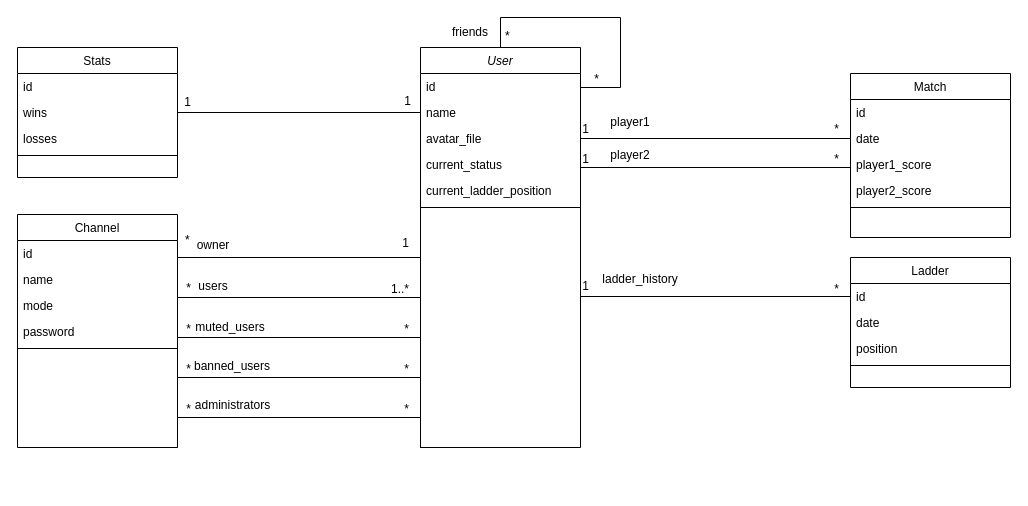
transcendence-42/ft_transcendence keeps this draw.io diagram as datamodel.drawio. Above is the earlier version. Source tidied: cells renumbered, new cells numbered last; positions are measured from the earlier drawing's top-left corner, leaving out a move shared by most shapes. Both pictures are drawn from the tidied source at 100%, with x=0, y=0 at pixel (17, 17).
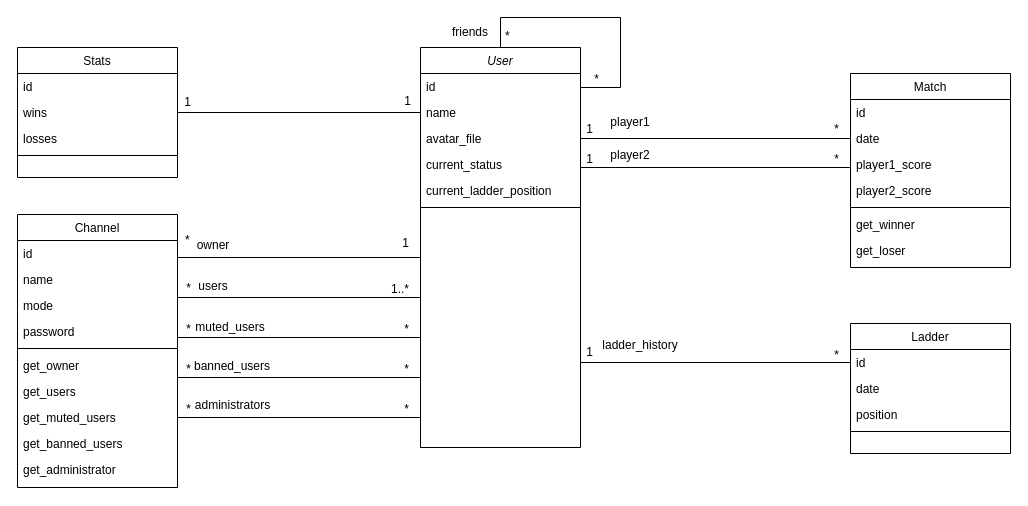
The same page after the edit.

Unchanged cells that the change refers to:
```xml
<mxCell id="2" value="User" style="swimlane;fontStyle=2;align=center;verticalAlign=top;horizontal=1;startSize=26;rounded=0;shadow=0;strokeWidth=1;" parent="1" vertex="1">
  <mxGeometry x="403" y="30" width="160" height="400" as="geometry" />
</mxCell>
<mxCell id="19" value="id" style="text;align=left;verticalAlign=top;spacingLeft=4;spacingRight=4;overflow=hidden;points=[[0,0.5],[1,0.5]];portConstraint=eastwest;" parent="18" vertex="1">
  <mxGeometry y="26" width="160" height="26" as="geometry" />
</mxCell>
```

The edit, as a diff of the source:
```diff
@@
     <mxCell id="18" value="Ladder" style="swimlane;fontStyle=0;align=center;verticalAlign=top;horizontal=1;startSize=26;rounded=0;shadow=0;strokeWidth=1;" parent="1" vertex="1">
-      <mxGeometry x="833" y="240" width="160" height="130" as="geometry" />
+      <mxGeometry x="833" y="306" width="160" height="130" as="geometry" />
     </mxCell>
@@
     <mxCell id="23" value="Match" style="swimlane;fontStyle=0;align=center;verticalAlign=top;horizontal=1;startSize=26;rounded=0;shadow=0;strokeWidth=1;" parent="1" vertex="1">
-      <mxGeometry x="833" y="56" width="160" height="164" as="geometry" />
+      <mxGeometry x="833" y="56" width="160" height="194" as="geometry" />
     </mxCell>
@@
+    <mxCell id="70" value="get_winner" style="text;align=left;verticalAlign=top;spacingLeft=4;spacingRight=4;overflow=hidden;rounded=0;shadow=0;html=0;" parent="23" vertex="1">
+      <mxGeometry y="138" width="160" height="26" as="geometry" />
+    </mxCell>
+    <mxCell id="71" value="get_loser" style="text;align=left;verticalAlign=top;spacingLeft=4;spacingRight=4;overflow=hidden;rounded=0;shadow=0;html=0;" parent="23" vertex="1">
+      <mxGeometry y="164" width="160" height="26" as="geometry" />
+    </mxCell>
@@
     <mxCell id="35" value="1" style="align=right;verticalAlign=bottom;labelBackgroundColor=none;fontSize=12;" parent="1" vertex="1">
-      <mxGeometry x="573" y="120" as="geometry" />
+      <mxGeometry x="577" y="120" as="geometry" />
     </mxCell>
     <mxCell id="36" value="1" style="align=right;verticalAlign=bottom;labelBackgroundColor=none;fontSize=12;" parent="1" vertex="1">
-      <mxGeometry x="573" y="150" as="geometry" />
+      <mxGeometry x="577" y="150" as="geometry" />
     </mxCell>
-    <mxCell id="37" style="endArrow=none;html=1;rounded=0;exitX=1;exitY=0.75;exitDx=0;exitDy=0;entryX=0;entryY=0.5;entryDx=0;entryDy=0;edgeStyle=orthogonalEdgeStyle;" parent="1" edge="1" source="2" target="19">
+    <mxCell id="37" style="endArrow=none;html=1;rounded=0;exitX=1;exitY=0.75;exitDx=0;exitDy=0;entryX=0;entryY=0.5;entryDx=0;entryDy=0;edgeStyle=orthogonalEdgeStyle;" parent="1" edge="1" target="19">
       <mxGeometry relative="1" as="geometry">
+        <mxPoint x="563" y="396" as="sourcePoint" />
         <Array as="points">
-          <mxPoint x="563" y="279" />
+          <mxPoint x="563" y="345" />
         </Array>
       </mxGeometry>
     </mxCell>
     <mxCell id="38" value="*" style="align=right;verticalAlign=bottom;labelBackgroundColor=none;fontSize=12;" parent="1" vertex="1">
-      <mxGeometry x="823" y="280" as="geometry" />
+      <mxGeometry x="823" y="346" as="geometry" />
     </mxCell>
     <mxCell id="39" value="1" style="align=right;verticalAlign=bottom;labelBackgroundColor=none;fontSize=12;" parent="1" vertex="1">
-      <mxGeometry x="573" y="277" as="geometry" />
+      <mxGeometry x="577" y="343" as="geometry" />
     </mxCell>
     <mxCell id="40" value="ladder_history" style="text;html=1;strokeColor=none;fillColor=none;align=center;verticalAlign=middle;whiteSpace=wrap;rounded=0;" parent="1" vertex="1">
-      <mxGeometry x="593" y="247" width="60" height="30" as="geometry" />
+      <mxGeometry x="593" y="313" width="60" height="30" as="geometry" />
     </mxCell>
@@
     <mxCell id="44" value="Channel" style="swimlane;fontStyle=0;align=center;verticalAlign=top;horizontal=1;startSize=26;rounded=0;shadow=0;strokeWidth=1;" parent="1" vertex="1">
-      <mxGeometry y="197" width="160" height="233" as="geometry" />
+      <mxGeometry y="197" width="160" height="273" as="geometry" />
     </mxCell>
@@
+    <mxCell id="72" value="get_owner" style="text;align=left;verticalAlign=top;spacingLeft=4;spacingRight=4;overflow=hidden;rounded=0;shadow=0;html=0;" parent="44" vertex="1">
+      <mxGeometry y="138" width="160" height="26" as="geometry" />
+    </mxCell>
+    <mxCell id="73" value="get_users" style="text;align=left;verticalAlign=top;spacingLeft=4;spacingRight=4;overflow=hidden;rounded=0;shadow=0;html=0;" parent="44" vertex="1">
+      <mxGeometry y="164" width="160" height="26" as="geometry" />
+    </mxCell>
+    <mxCell id="74" value="get_muted_users" style="text;align=left;verticalAlign=top;spacingLeft=4;spacingRight=4;overflow=hidden;rounded=0;shadow=0;html=0;" parent="44" vertex="1">
+      <mxGeometry y="190" width="160" height="26" as="geometry" />
+    </mxCell>
+    <mxCell id="75" value="get_banned_users" style="text;align=left;verticalAlign=top;spacingLeft=4;spacingRight=4;overflow=hidden;rounded=0;shadow=0;html=0;" parent="44" vertex="1">
+      <mxGeometry y="216" width="160" height="26" as="geometry" />
+    </mxCell>
+    <mxCell id="76" value="get_administrator" style="text;align=left;verticalAlign=top;spacingLeft=4;spacingRight=4;overflow=hidden;rounded=0;shadow=0;html=0;" parent="44" vertex="1">
+      <mxGeometry y="242" width="160" height="26" as="geometry" />
+    </mxCell>
```
